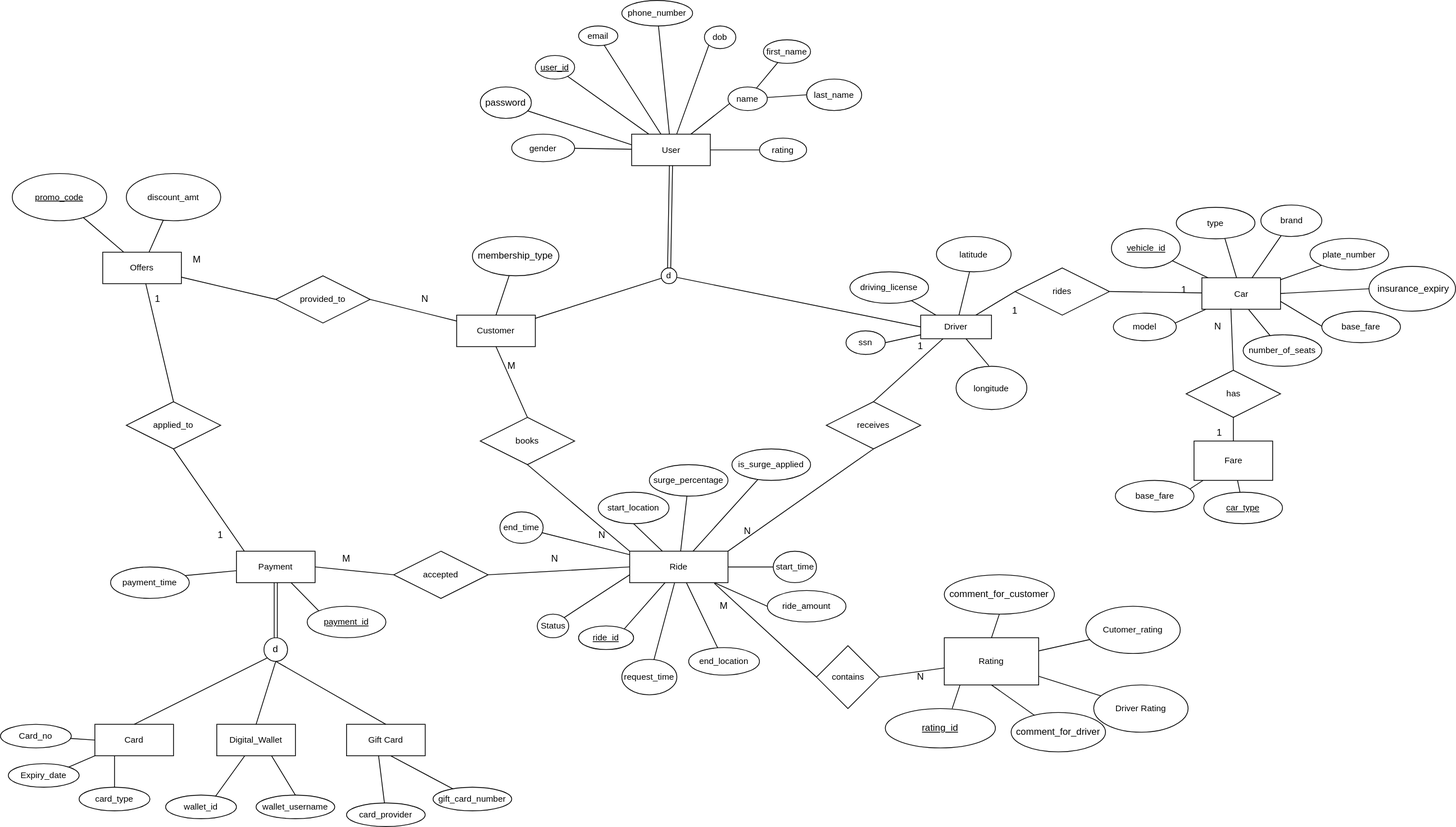
Above: Uber backend.svg in NandhiniPeriyasamy13/Uber-backend-database-design (draw.io), before the change. Source tidied: cells renumbered, new cells last; positions are measured from the earlier drawing's top-left corner, leaving out a move shared by most shapes.
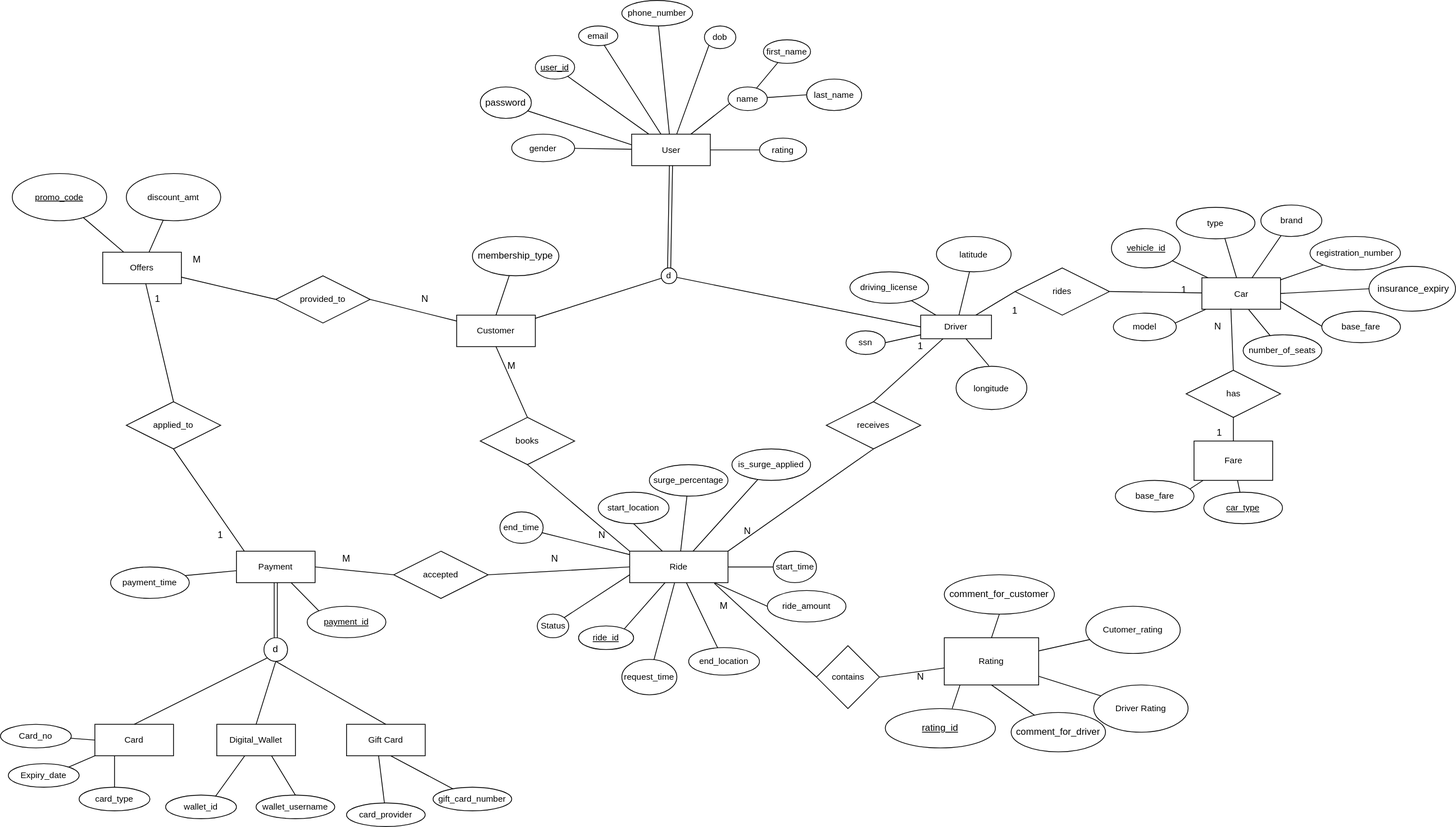
After the commit.

What changed in the source:
```diff
@@ -486,8 +486,8 @@
     <mxCell id="156" style="rounded=0;jettySize=auto;html=1;endFill=0;endArrow=none;startFill=0;exitX=0.594;exitY=1.008;exitDx=0;exitDy=0;exitPerimeter=0;" parent="1" edge="1" source="58" target="155">
       <mxGeometry relative="1" as="geometry" />
     </mxCell>
-    <mxCell id="157" value="plate_number" style="ellipse;whiteSpace=wrap;html=1;align=center;rounded=0;fontSize=11;labelBackgroundColor=#ffffff;endFill=0;startFill=0;" parent="1" vertex="1">
-      <mxGeometry x="1665" y="302.5" width="100" height="40" as="geometry" />
+    <mxCell id="157" value="registration_number" style="ellipse;whiteSpace=wrap;html=1;align=center;rounded=0;fontSize=11;labelBackgroundColor=#ffffff;endFill=0;startFill=0;" parent="1" vertex="1">
+      <mxGeometry x="1665" y="300" width="115" height="42.5" as="geometry" />
     </mxCell>
     <mxCell id="158" style="rounded=0;jettySize=auto;html=1;endFill=0;endArrow=none;startFill=0;entryX=0;entryY=1;entryDx=0;entryDy=0;" parent="1" edge="1" source="58" target="157">
       <mxGeometry relative="1" as="geometry" />
```
